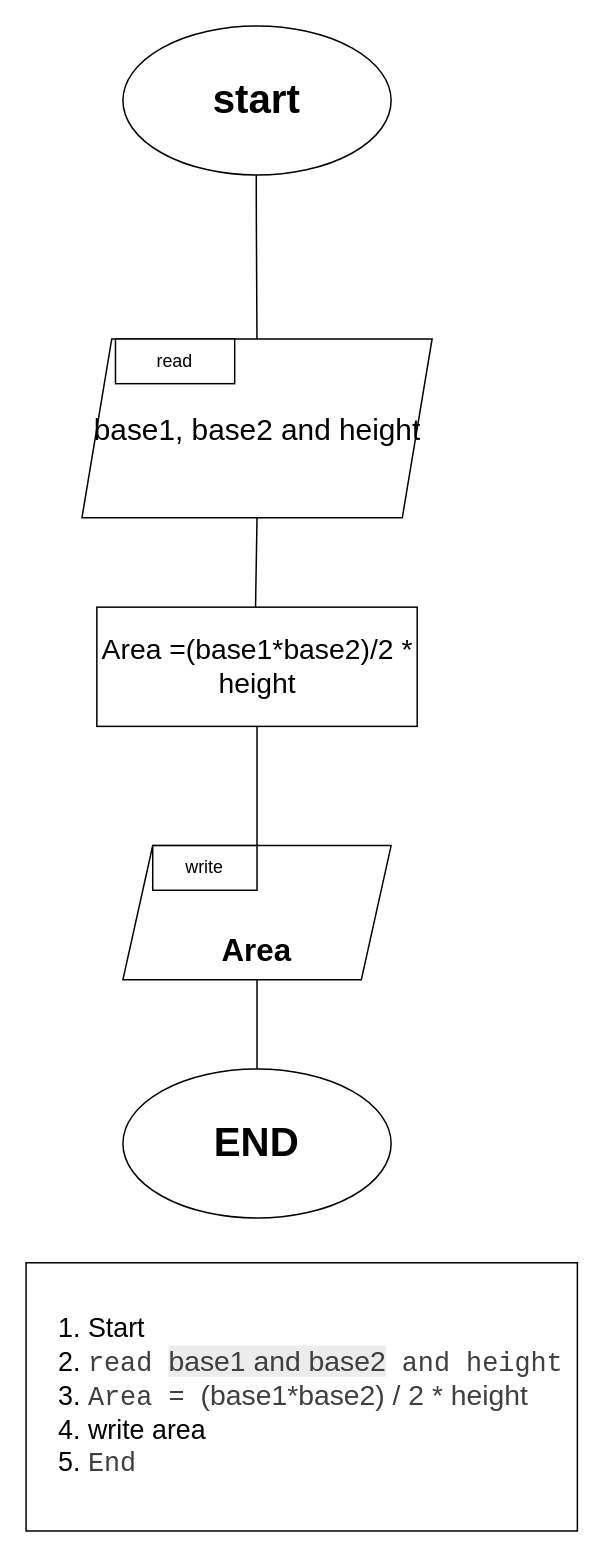
Before: AreaOfTrapezoid.drawio in Amr-Hendawy/jaya-software-engineer-course, a draw.io diagram. Source tidied: cells renumbered, new cells numbered last; positions are measured from the earlier drawing's top-left corner, leaving out a move shared by most shapes. Both pictures are drawn from the tidied source at 149%, with x=0, y=0 at pixel (25, 25).
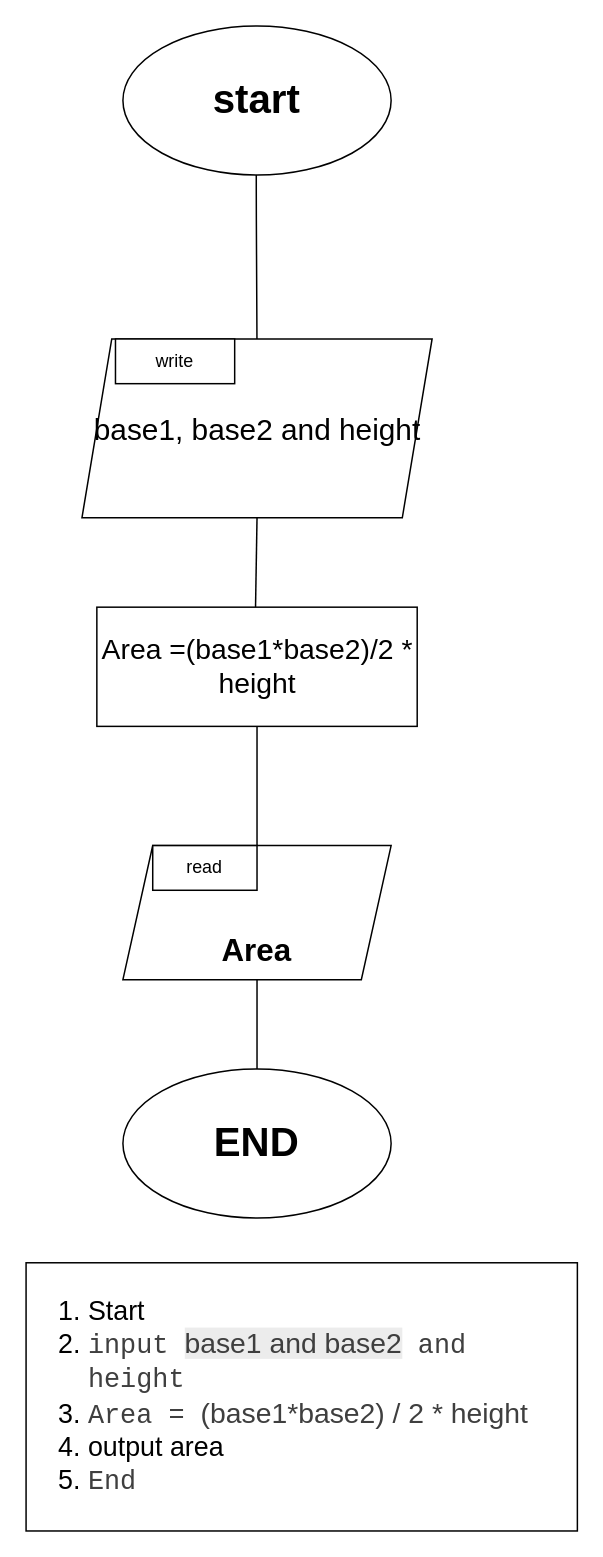
After the change.

Commit message (it also covers changes not shown here):
Area of a Parallelogram and Area of a Trapezoid

Algorithm + Flowchart + Code

Diff of the diagram source:
```diff
@@
 <mxGraphModel>
   <root>
     <mxCell id="0" />
     <mxCell id="1" parent="0" />
     <mxCell id="2" value="&lt;b&gt;&lt;font style=&quot;font-size: 27px;&quot;&gt;start&lt;/font&gt;&lt;/b&gt;" style="ellipse;whiteSpace=wrap;html=1;shapeInside=1;" parent="1" vertex="1">
       <mxGeometry x="65" width="180" height="100" as="geometry" />
     </mxCell>
     <mxCell id="3" style="endArrow=classic;html=1;" parent="1" edge="1">
       <mxGeometry x="-0.5" relative="1" as="geometry">
         <mxPoint x="154.5" y="100" as="sourcePoint" />
         <mxPoint x="155" y="220" as="targetPoint" />
         <Array as="points">
           <mxPoint x="154.5" y="120" />
         </Array>
       </mxGeometry>
     </mxCell>
     <mxCell id="4" value="&lt;font style=&quot;font-size: 20px;&quot;&gt;base1, base2 and height&lt;/font&gt;" style="shape=parallelogram;perimeter=parallelogramPerimeter;whiteSpace=wrap;html=1;shapeInside=1;fixedSize=1;" parent="1" vertex="1">
       <mxGeometry x="37.5" y="210" width="235" height="120" as="geometry" />
     </mxCell>
-    <mxCell id="5" value="read" style="rounded=0;whiteSpace=wrap;html=1;" parent="1" vertex="1">
+    <mxCell id="5" value="write" style="rounded=0;whiteSpace=wrap;html=1;" parent="1" vertex="1">
       <mxGeometry x="60" y="210" width="80" height="30" as="geometry" />
     </mxCell>
     <mxCell id="6" style="endArrow=none;html=1;entryX=0.5;entryY=1;entryDx=0;entryDy=0;" parent="1" edge="1" target="4">
       <mxGeometry relative="1" as="geometry">
         <mxPoint x="154" y="390" as="sourcePoint" />
       </mxGeometry>
     </mxCell>
     <mxCell id="7" value="&lt;font style=&quot;font-size: 19px;&quot;&gt;Area =(base1*base2)/2 * height&lt;/font&gt;" style="rounded=0;whiteSpace=wrap;html=1;" parent="1" vertex="1">
       <mxGeometry x="47.5" y="390" width="215" height="80" as="geometry" />
     </mxCell>
     <mxCell id="8" style="endArrow=none;html=1;" parent="1" edge="1">
       <mxGeometry relative="1" as="geometry">
         <mxPoint x="155" y="560" as="sourcePoint" />
         <mxPoint x="155" y="470" as="targetPoint" />
       </mxGeometry>
     </mxCell>
     <mxCell id="9" value="&lt;b&gt;&lt;font style=&quot;font-size: 27px;&quot;&gt;END&lt;/font&gt;&lt;/b&gt;" style="ellipse;whiteSpace=wrap;html=1;shapeInside=1;" parent="1" vertex="1">
       <mxGeometry x="65" y="700" width="180" height="100" as="geometry" />
     </mxCell>
-    <mxCell id="10" value="&lt;ol&gt;&lt;li&gt;Start&lt;span class=&quot;x1lliihq x13yhu5o xboafo0&quot;&gt;&lt;/span&gt;&lt;/li&gt;&lt;li&gt;&lt;span style=&quot;background-color: rgba(255, 255, 255, 0.1); color: rgb(63, 63, 63); font-family: monospace;&quot;&gt;read&amp;nbsp;&lt;span style=&quot;color: rgb(63, 63, 63); font-family: Helvetica; font-size: 19px; text-align: center; background-color: rgb(236, 236, 236);&quot;&gt;base1 and base2&lt;/span&gt;&amp;nbsp;and height&lt;/span&gt;&lt;/li&gt;&lt;li&gt;&lt;span style=&quot;background-color: rgba(255, 255, 255, 0.1); color: rgb(63, 63, 63); font-family: monospace;&quot;&gt;Area =&amp;nbsp;&lt;/span&gt;&lt;span style=&quot;color: rgb(63, 63, 63); font-size: 19px; text-align: center;&quot;&gt;(base1*base2) / 2 * height&lt;/span&gt;&lt;/li&gt;&lt;li&gt;write area&lt;/li&gt;&lt;li&gt;&lt;span style=&quot;background-color: rgba(255, 255, 255, 0.1); color: rgb(63, 63, 63); font-family: monospace;&quot;&gt;End&amp;nbsp;&lt;/span&gt;&lt;/li&gt;&lt;/ol&gt;" style="rounded=0;whiteSpace=wrap;html=1;align=left;fontSize=18;" parent="1" vertex="1">
+    <mxCell id="10" value="&lt;ol&gt;&lt;li&gt;Start&lt;span class=&quot;x1lliihq x13yhu5o xboafo0&quot;&gt;&lt;/span&gt;&lt;/li&gt;&lt;li&gt;&lt;span style=&quot;background-color: rgba(255, 255, 255, 0.1); color: rgb(63, 63, 63); font-family: monospace;&quot;&gt;input&amp;nbsp;&lt;span style=&quot;color: rgb(63, 63, 63); font-family: Helvetica; font-size: 19px; text-align: center; background-color: rgb(236, 236, 236);&quot;&gt;base1 and base2&lt;/span&gt;&amp;nbsp;and height&lt;/span&gt;&lt;/li&gt;&lt;li&gt;&lt;span style=&quot;background-color: rgba(255, 255, 255, 0.1); color: rgb(63, 63, 63); font-family: monospace;&quot;&gt;Area =&amp;nbsp;&lt;/span&gt;&lt;span style=&quot;color: rgb(63, 63, 63); font-size: 19px; text-align: center;&quot;&gt;(base1*base2) / 2 * height&lt;/span&gt;&lt;/li&gt;&lt;li&gt;output area&lt;/li&gt;&lt;li&gt;&lt;span style=&quot;background-color: rgba(255, 255, 255, 0.1); color: rgb(63, 63, 63); font-family: monospace;&quot;&gt;End&amp;nbsp;&lt;/span&gt;&lt;/li&gt;&lt;/ol&gt;" style="rounded=0;whiteSpace=wrap;html=1;align=left;fontSize=18;" parent="1" vertex="1">
       <mxGeometry y="830" width="370" height="180" as="geometry" />
     </mxCell>
     <mxCell id="11" value="&lt;b&gt;&lt;font style=&quot;font-size: 21px;&quot;&gt;&lt;br&gt;&lt;br&gt;Area&lt;/font&gt;&lt;/b&gt;" style="shape=parallelogram;perimeter=parallelogramPerimeter;whiteSpace=wrap;html=1;shapeInside=1;fixedSize=1;" parent="1" vertex="1">
       <mxGeometry x="65" y="550" width="180" height="90" as="geometry" />
     </mxCell>
     <mxCell id="12" style="endArrow=none;html=1;exitX=0.5;exitY=0;exitDx=0;exitDy=0;entryX=0.5;entryY=1;entryDx=0;entryDy=0;" parent="1" edge="1" source="9" target="11">
       <mxGeometry relative="1" as="geometry" />
     </mxCell>
-    <mxCell id="13" value="write" style="rounded=0;whiteSpace=wrap;html=1;" parent="1" vertex="1">
+    <mxCell id="13" value="read" style="rounded=0;whiteSpace=wrap;html=1;" parent="1" vertex="1">
       <mxGeometry x="85" y="550" width="70" height="30" as="geometry" />
     </mxCell>
   </root>
 </mxGraphModel>
```
